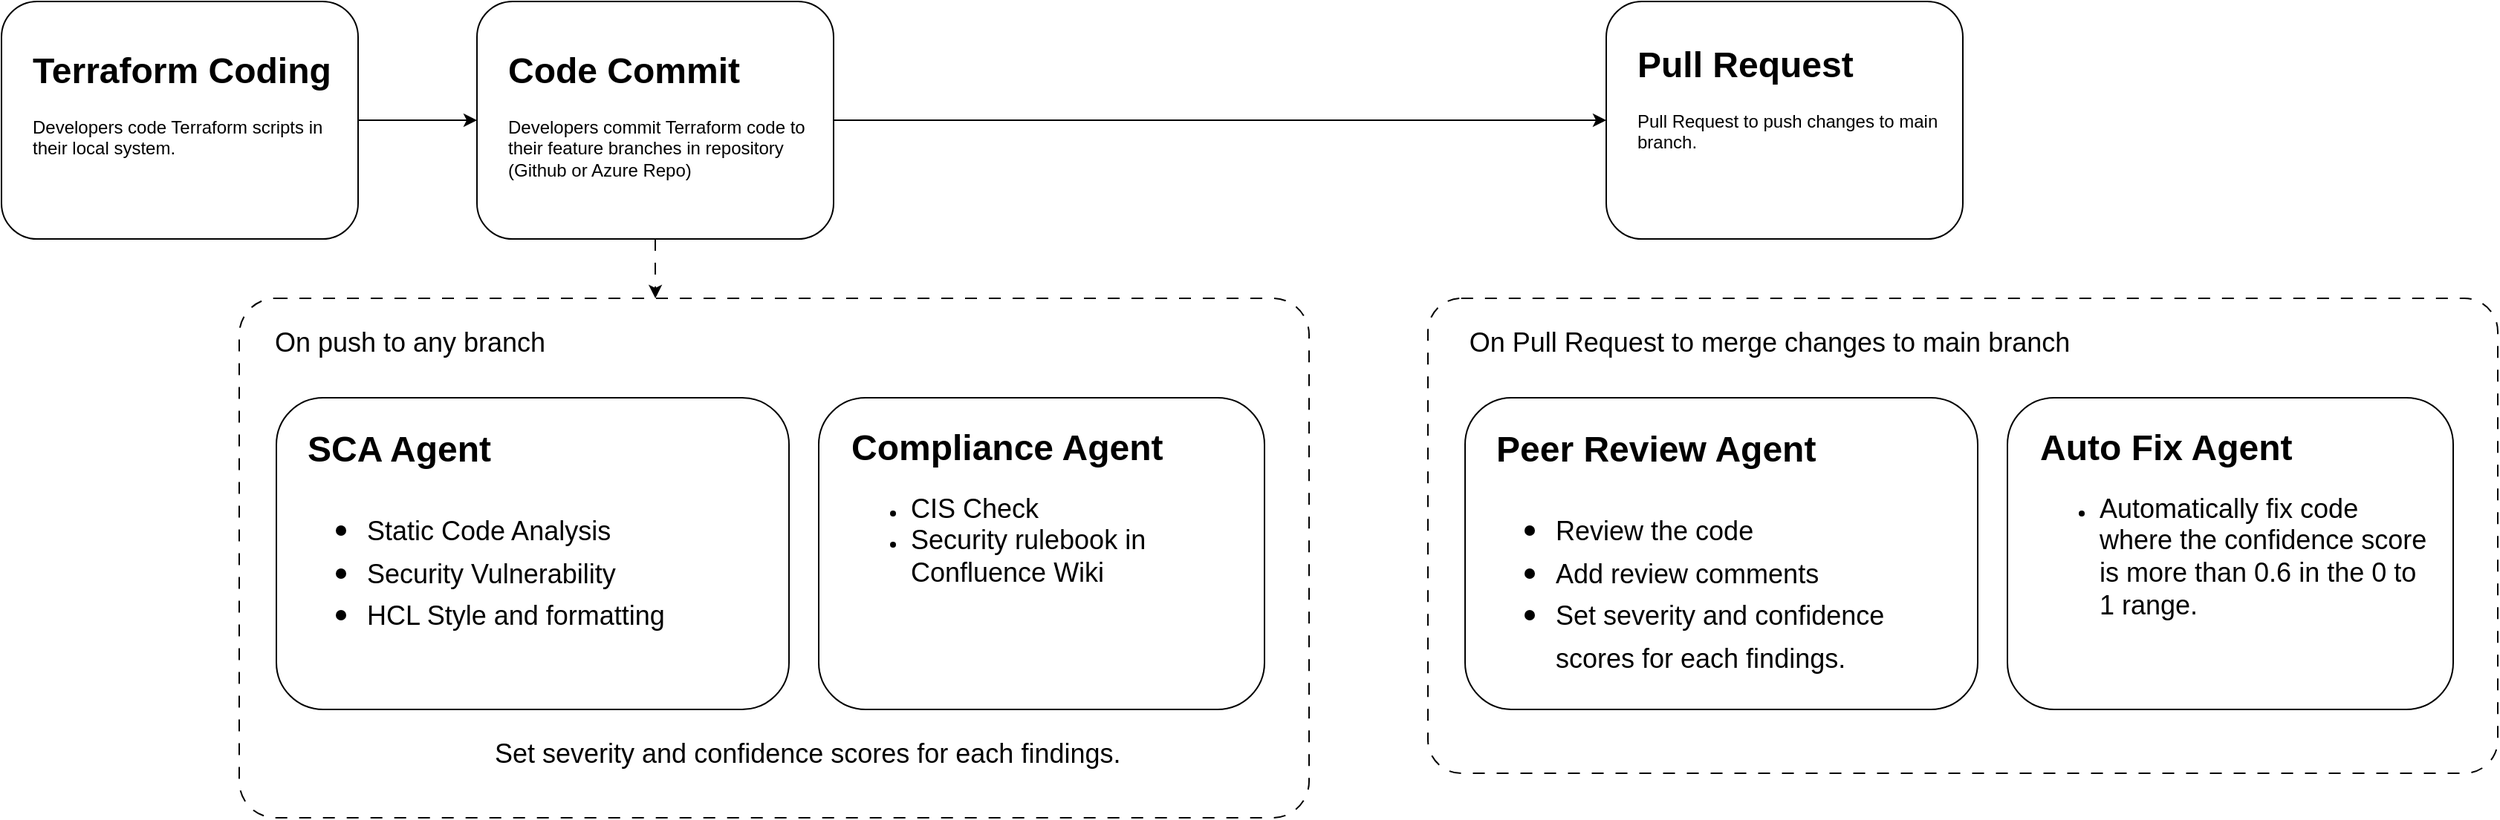
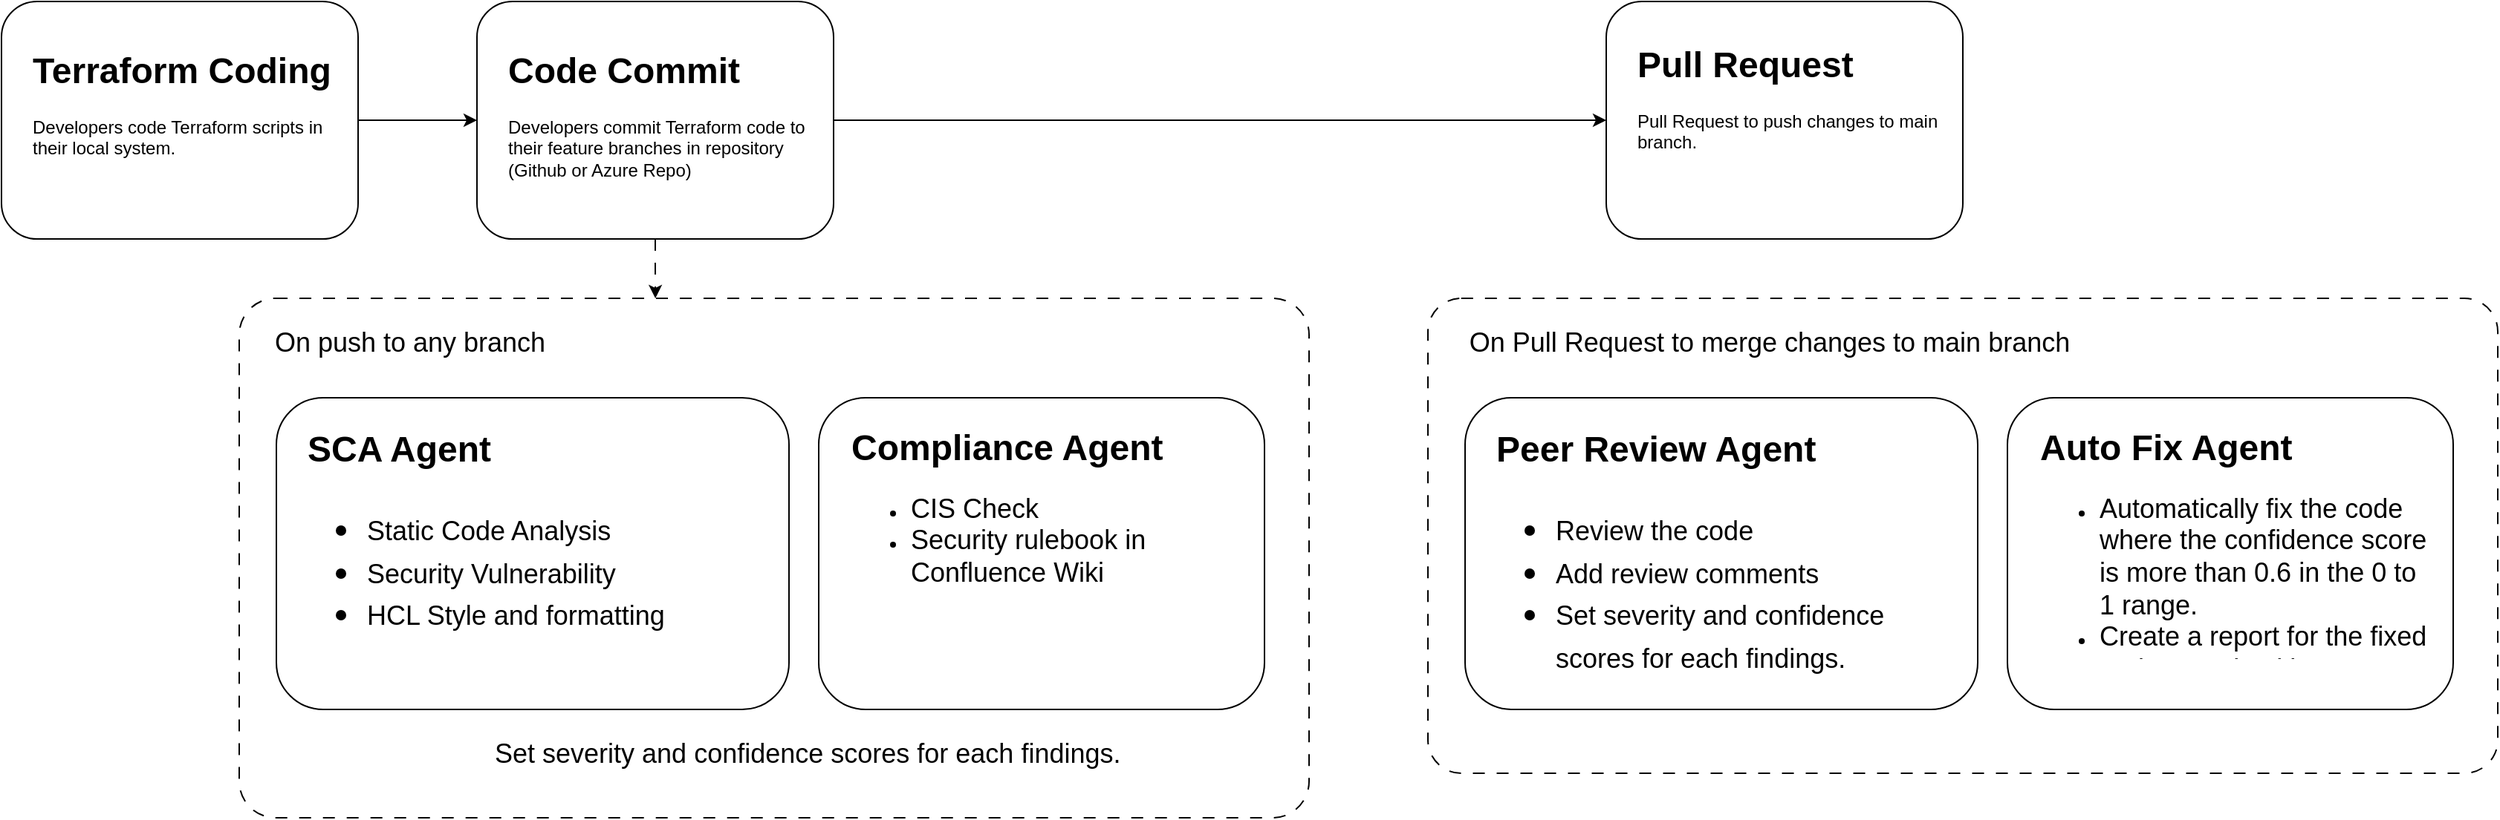
<mxfile host="app.diagrams.net">
  <diagram name="Page-1" id="llQ14HlxIDWXj9B5HY60">
    <mxGraphModel dx="1006" dy="638" grid="1" gridSize="10" guides="1" tooltips="1" connect="1" arrows="1" fold="1" page="1" pageScale="1" pageWidth="850" pageHeight="1100" math="0" shadow="0">
      <root>
        <mxCell id="0" />
        <mxCell id="1" parent="0" />
        <mxCell id="IWc9zJM8tDhvkjJ2dRjy-13" edge="1" parent="1" source="oJW8UGhNAXkty13G2p3x-1" style="edgeStyle=orthogonalEdgeStyle;rounded=0;orthogonalLoop=1;jettySize=auto;html=1;entryX=0;entryY=0.5;entryDx=0;entryDy=0;" target="IWc9zJM8tDhvkjJ2dRjy-1">
          <mxGeometry relative="1" as="geometry" />
        </mxCell>
        <mxCell id="oJW8UGhNAXkty13G2p3x-1" parent="1" style="rounded=1;whiteSpace=wrap;html=1;" value="" vertex="1">
          <mxGeometry height="160" width="240" x="440" y="200" as="geometry" />
        </mxCell>
        <mxCell id="oJW8UGhNAXkty13G2p3x-3" parent="1" style="text;html=1;whiteSpace=wrap;overflow=hidden;rounded=0;" value="&lt;h1 style=&quot;margin-top: 0px;&quot;&gt;Code Commit&lt;/h1&gt;&lt;p&gt;Developers commit Terraform code to their feature branches in repository (Github or Azure Repo)&lt;/p&gt;" vertex="1">
          <mxGeometry height="100" width="210" x="459" y="226" as="geometry" />
        </mxCell>
        <mxCell id="IWc9zJM8tDhvkjJ2dRjy-1" parent="1" style="rounded=1;whiteSpace=wrap;html=1;" value="" vertex="1">
          <mxGeometry height="160" width="240" x="1200" y="200" as="geometry" />
        </mxCell>
        <mxCell id="IWc9zJM8tDhvkjJ2dRjy-2" parent="1" style="text;html=1;whiteSpace=wrap;overflow=hidden;rounded=0;" value="&lt;h1 style=&quot;margin-top: 0px;&quot;&gt;Pull Request&lt;/h1&gt;&lt;p&gt;Pull Request to push changes to main branch.&lt;/p&gt;" vertex="1">
          <mxGeometry height="100" width="210" x="1219" y="222" as="geometry" />
        </mxCell>
        <mxCell id="IWc9zJM8tDhvkjJ2dRjy-12" edge="1" parent="1" source="IWc9zJM8tDhvkjJ2dRjy-3" style="edgeStyle=orthogonalEdgeStyle;rounded=0;orthogonalLoop=1;jettySize=auto;html=1;exitX=1;exitY=0.5;exitDx=0;exitDy=0;entryX=0;entryY=0.5;entryDx=0;entryDy=0;" target="oJW8UGhNAXkty13G2p3x-1">
          <mxGeometry relative="1" as="geometry" />
        </mxCell>
        <mxCell id="IWc9zJM8tDhvkjJ2dRjy-3" parent="1" style="rounded=1;whiteSpace=wrap;html=1;" value="" vertex="1">
          <mxGeometry height="160" width="240" x="120" y="200" as="geometry" />
        </mxCell>
        <mxCell id="IWc9zJM8tDhvkjJ2dRjy-4" parent="1" style="text;html=1;whiteSpace=wrap;overflow=hidden;rounded=0;" value="&lt;h1 style=&quot;margin-top: 0px;&quot;&gt;Terraform Coding&lt;/h1&gt;&lt;p&gt;Developers code Terraform scripts in their local system.&lt;/p&gt;" vertex="1">
          <mxGeometry height="100" width="210" x="139" y="226" as="geometry" />
        </mxCell>
        <mxCell id="IWc9zJM8tDhvkjJ2dRjy-5" parent="1" style="rounded=1;whiteSpace=wrap;html=1;arcSize=7;dashed=1;dashPattern=8 8;" value="" vertex="1">
          <mxGeometry height="350" width="720" x="280" y="400" as="geometry" />
        </mxCell>
        <mxCell id="IWc9zJM8tDhvkjJ2dRjy-6" parent="1" style="text;html=1;whiteSpace=wrap;strokeColor=none;fillColor=none;align=center;verticalAlign=middle;rounded=0;" value="&lt;font style=&quot;font-size: 18px;&quot;&gt;On push to any branch&lt;/font&gt;" vertex="1">
          <mxGeometry height="30" width="210" x="290" y="415" as="geometry" />
        </mxCell>
        <mxCell id="IWc9zJM8tDhvkjJ2dRjy-7" parent="1" style="rounded=1;whiteSpace=wrap;html=1;" value="" vertex="1">
          <mxGeometry height="210" width="345" x="305" y="467" as="geometry" />
        </mxCell>
        <mxCell id="IWc9zJM8tDhvkjJ2dRjy-8" parent="1" style="text;html=1;whiteSpace=wrap;overflow=hidden;rounded=0;" value="&lt;h1 style=&quot;margin-top: 0px;&quot;&gt;SCA Agent&lt;/h1&gt;&lt;h1 style=&quot;margin-top: 0px;&quot;&gt;&lt;p style=&quot;font-size: 12px; font-weight: 400;&quot;&gt;&lt;/p&gt;&lt;ul&gt;&lt;li&gt;&lt;span style=&quot;font-size: 18px; font-weight: normal;&quot;&gt;Static Code Analysis&lt;/span&gt;&lt;/li&gt;&lt;li&gt;&lt;span style=&quot;font-size: 18px; font-weight: normal;&quot;&gt;Security Vulnerability&lt;/span&gt;&lt;/li&gt;&lt;li&gt;&lt;span style=&quot;font-size: 18px; font-weight: normal;&quot;&gt;HCL Style and formatting&lt;/span&gt;&lt;/li&gt;&lt;/ul&gt;&lt;p&gt;&lt;/p&gt;&lt;/h1&gt;" vertex="1">
          <mxGeometry height="183" width="306" x="324" y="481" as="geometry" />
        </mxCell>
        <mxCell id="IWc9zJM8tDhvkjJ2dRjy-9" parent="1" style="rounded=1;whiteSpace=wrap;html=1;" value="" vertex="1">
          <mxGeometry height="210" width="300" x="670" y="467" as="geometry" />
        </mxCell>
        <mxCell id="IWc9zJM8tDhvkjJ2dRjy-10" parent="1" style="text;html=1;whiteSpace=wrap;overflow=hidden;rounded=0;" value="&lt;h1 style=&quot;margin-top: 0px;&quot;&gt;Compliance Agent&lt;/h1&gt;&lt;p&gt;&lt;/p&gt;&lt;ul&gt;&lt;li&gt;&lt;span style=&quot;font-size: 18px;&quot;&gt;CIS Check&lt;/span&gt;&lt;/li&gt;&lt;li&gt;&lt;span style=&quot;font-size: 18px;&quot;&gt;Security rulebook in Confluence Wiki&lt;/span&gt;&lt;/li&gt;&lt;/ul&gt;&lt;p&gt;&lt;/p&gt;" vertex="1">
          <mxGeometry height="180" width="269" x="690" y="480" as="geometry" />
        </mxCell>
        <mxCell id="IWc9zJM8tDhvkjJ2dRjy-11" edge="1" parent="1" source="oJW8UGhNAXkty13G2p3x-1" style="edgeStyle=orthogonalEdgeStyle;rounded=0;orthogonalLoop=1;jettySize=auto;html=1;exitX=0.5;exitY=1;exitDx=0;exitDy=0;entryX=0.389;entryY=0;entryDx=0;entryDy=0;entryPerimeter=0;dashed=1;dashPattern=8 8;" target="IWc9zJM8tDhvkjJ2dRjy-5">
          <mxGeometry relative="1" as="geometry" />
        </mxCell>
        <mxCell id="IWc9zJM8tDhvkjJ2dRjy-14" parent="1" style="rounded=1;whiteSpace=wrap;html=1;arcSize=7;dashed=1;dashPattern=8 8;" value="" vertex="1">
          <mxGeometry height="320" width="720" x="1080" y="400" as="geometry" />
        </mxCell>
        <mxCell id="IWc9zJM8tDhvkjJ2dRjy-15" parent="1" style="text;html=1;whiteSpace=wrap;strokeColor=none;fillColor=none;align=center;verticalAlign=middle;rounded=0;" value="&lt;font style=&quot;font-size: 18px;&quot;&gt;On Pull Request to merge changes to main branch&lt;/font&gt;" vertex="1">
          <mxGeometry height="30" width="440" x="1090" y="415" as="geometry" />
        </mxCell>
        <mxCell id="IWc9zJM8tDhvkjJ2dRjy-16" parent="1" style="rounded=1;whiteSpace=wrap;html=1;" value="" vertex="1">
          <mxGeometry height="210" width="345" x="1105" y="467" as="geometry" />
        </mxCell>
        <mxCell id="IWc9zJM8tDhvkjJ2dRjy-17" parent="1" style="text;html=1;whiteSpace=wrap;overflow=hidden;rounded=0;" value="&lt;h1 style=&quot;margin-top: 0px;&quot;&gt;Peer Review Agent&lt;/h1&gt;&lt;h1 style=&quot;margin-top: 0px;&quot;&gt;&lt;p style=&quot;font-size: 12px; font-weight: 400;&quot;&gt;&lt;/p&gt;&lt;ul&gt;&lt;li&gt;&lt;span style=&quot;font-size: 18px; font-weight: 400;&quot;&gt;Review the code&lt;/span&gt;&lt;/li&gt;&lt;li&gt;&lt;span style=&quot;font-size: 18px; font-weight: 400;&quot;&gt;Add review comments&lt;/span&gt;&lt;/li&gt;&lt;li&gt;&lt;span style=&quot;font-size: 18px; font-weight: 400;&quot;&gt;Set severity and confidence scores for each findings.&lt;/span&gt;&lt;/li&gt;&lt;/ul&gt;&lt;p&gt;&lt;/p&gt;&lt;/h1&gt;" vertex="1">
          <mxGeometry height="179" width="306" x="1124" y="481" as="geometry" />
        </mxCell>
        <mxCell id="IWc9zJM8tDhvkjJ2dRjy-18" parent="1" style="rounded=1;whiteSpace=wrap;html=1;" value="" vertex="1">
          <mxGeometry height="210" width="300" x="1470" y="467" as="geometry" />
        </mxCell>
-         <mxCell id="IWc9zJM8tDhvkjJ2dRjy-19" parent="1" style="text;html=1;whiteSpace=wrap;overflow=hidden;rounded=0;" value="&lt;h1 style=&quot;margin-top: 0px;&quot;&gt;Auto Fix Agent&lt;/h1&gt;&lt;p&gt;&lt;/p&gt;&lt;ul&gt;&lt;li&gt;&lt;span style=&quot;font-size: 18px;&quot;&gt;Automatically fix code where the confidence score is more than 0.6 in the 0 to 1 range.&lt;/span&gt;&lt;/li&gt;&lt;/ul&gt;&lt;p&gt;&lt;/p&gt;" vertex="1">
+         <mxCell id="IWc9zJM8tDhvkjJ2dRjy-19" parent="1" style="text;html=1;whiteSpace=wrap;overflow=hidden;rounded=0;" value="&lt;h1 style=&quot;margin-top: 0px;&quot;&gt;Auto Fix Agent&lt;/h1&gt;&lt;p&gt;&lt;/p&gt;&lt;ul&gt;&lt;li&gt;&lt;span style=&quot;font-size: 18px;&quot;&gt;Automatically fix the code where the confidence score is more than 0.6 in the 0 to 1 range.&lt;/span&gt;&lt;/li&gt;&lt;li&gt;&lt;span style=&quot;font-size: 18px;&quot;&gt;Create a report for the fixed and unresolved items.&lt;/span&gt;&lt;/li&gt;&lt;/ul&gt;&lt;p&gt;&lt;/p&gt;" vertex="1">
          <mxGeometry height="160" width="269" x="1490" y="480" as="geometry" />
        </mxCell>
        <mxCell id="IWc9zJM8tDhvkjJ2dRjy-20" parent="1" style="text;whiteSpace=wrap;fontSize=18;" value="Set severity and confidence scores for each findings." vertex="1">
          <mxGeometry height="40" width="440" x="450" y="690" as="geometry" />
        </mxCell>
      </root>
    </mxGraphModel>
  </diagram>
</mxfile>
